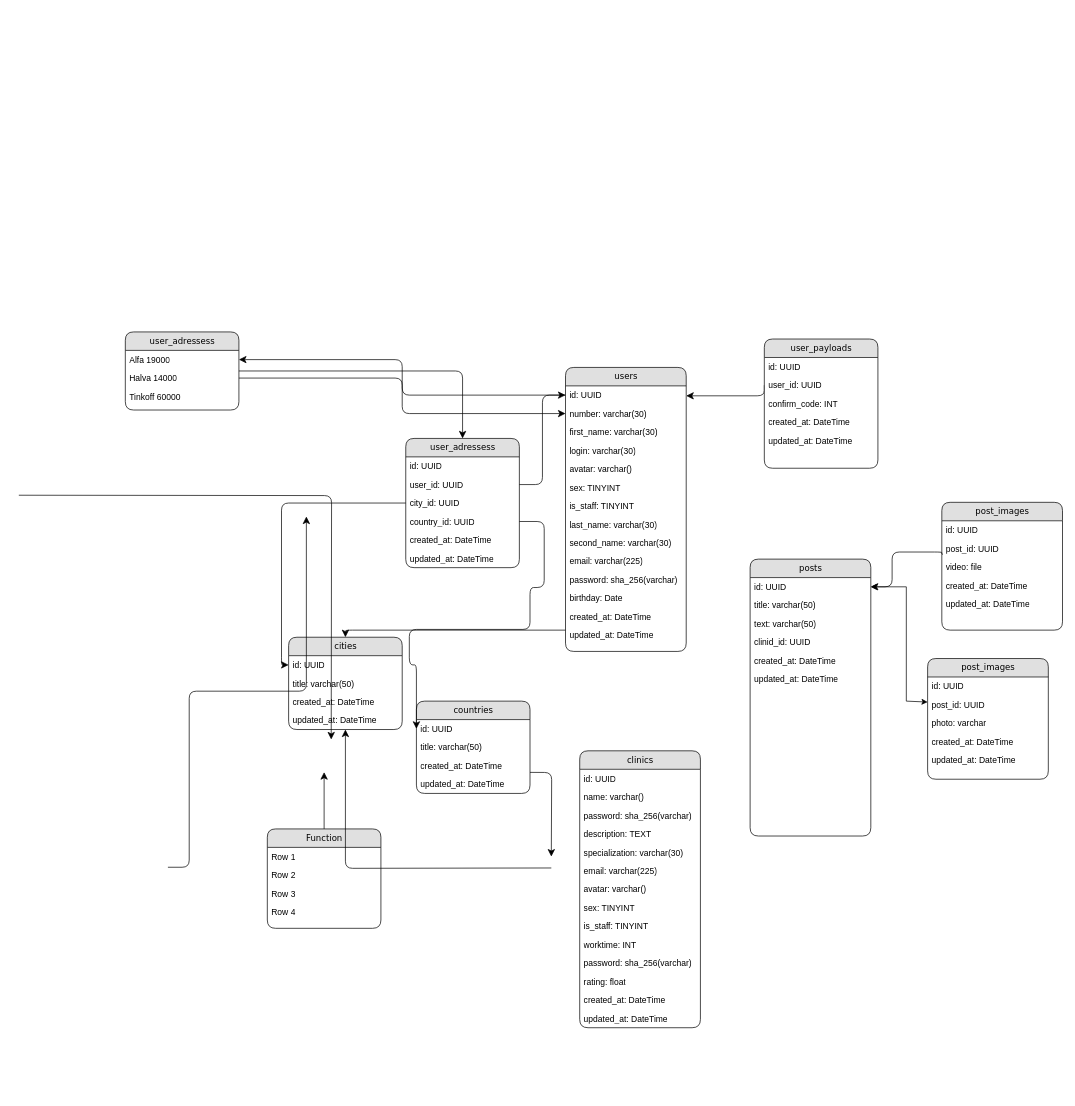
Above: Untitled Diagram.drawio in ternyavsky/fsd_medic (draw.io), before the change. Source tidied: cells renumbered, new cells numbered last; positions are measured from the earlier drawing's top-left corner, leaving out a move shared by most shapes. Both pictures are drawn from the tidied source at 71%, with x=0, y=0 at pixel (18, 332).
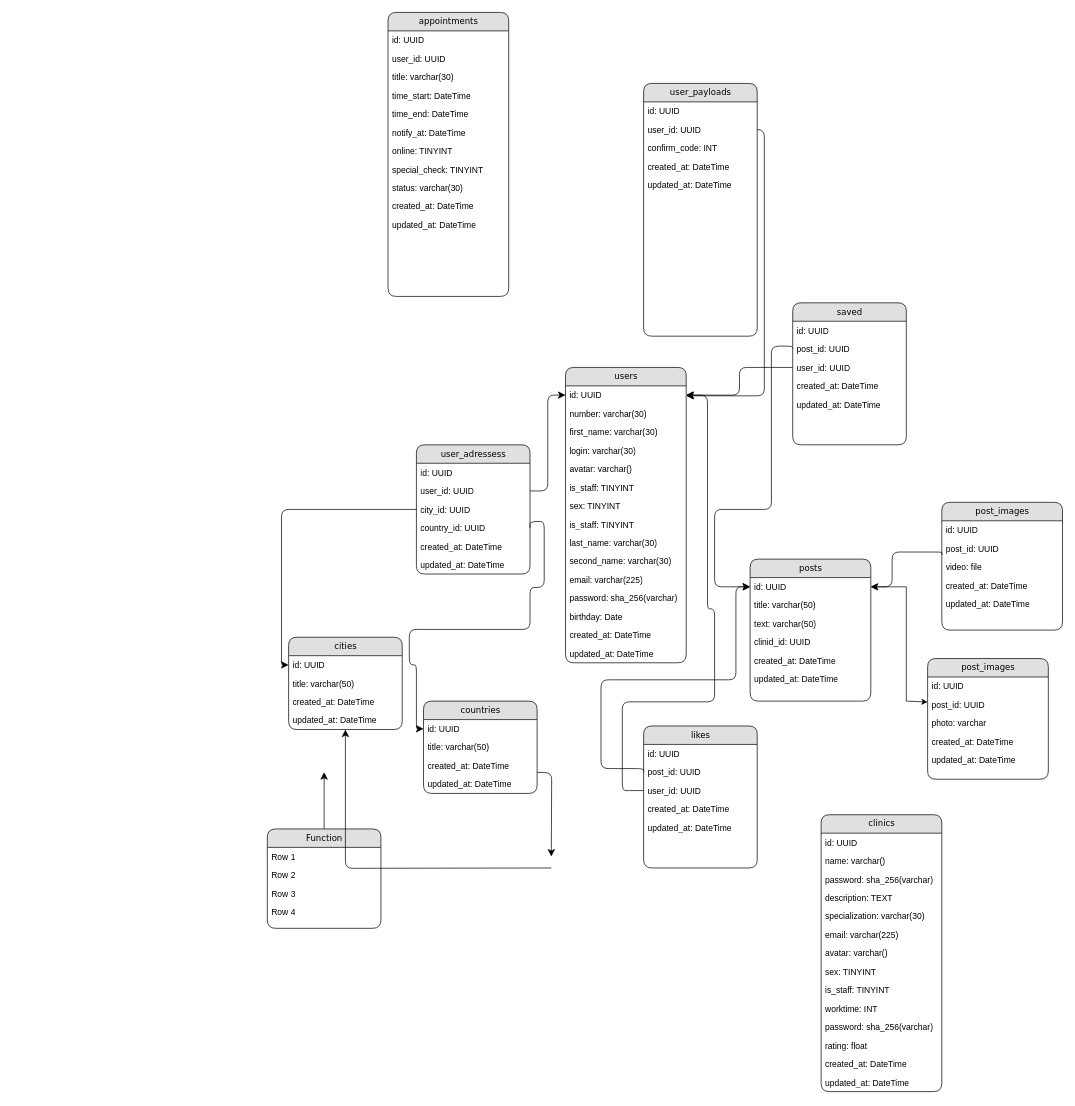
After the change.

The change refers to these unchanged cells:
```xml
<mxCell id="7" value="id: UUID" style="text;html=1;strokeColor=none;fillColor=none;spacingLeft=4;spacingRight=4;whiteSpace=wrap;overflow=hidden;points=[[0,0.5],[1,0.5]];portConstraint=eastwest;" parent="6" vertex="1">
  <mxGeometry y="26" width="170" height="26" as="geometry" />
</mxCell>
<mxCell id="8" value="number: varchar(30)" style="text;html=1;strokeColor=none;fillColor=none;spacingLeft=4;spacingRight=4;whiteSpace=wrap;overflow=hidden;points=[[0,0.5],[1,0.5]];portConstraint=eastwest;" parent="6" vertex="1">
  <mxGeometry y="52" width="170" height="26" as="geometry" />
</mxCell>
<mxCell id="25" value="country_id: UUID" style="text;html=1;strokeColor=none;fillColor=none;spacingLeft=4;spacingRight=4;whiteSpace=wrap;overflow=hidden;points=[[0,0.5],[1,0.5]];portConstraint=eastwest;" parent="21" vertex="1">
  <mxGeometry y="104" width="160" height="26" as="geometry" />
</mxCell>
<mxCell id="33" value="cities" style="swimlane;html=1;fontStyle=0;horizontal=1;startSize=26;fillColor=#e0e0e0;swimlaneFillColor=#ffffff;align=center;rounded=1;shadow=0;comic=0;labelBackgroundColor=none;strokeWidth=1;fontFamily=Verdana;fontSize=12;" parent="1" vertex="1">
  <mxGeometry x="380" y="430" width="160" height="130" as="geometry" />
</mxCell>
<mxCell id="51" value="id: UUID" style="text;html=1;strokeColor=none;fillColor=none;spacingLeft=4;spacingRight=4;whiteSpace=wrap;overflow=hidden;points=[[0,0.5],[1,0.5]];portConstraint=eastwest;" parent="50" vertex="1">
  <mxGeometry y="26" width="160" height="26" as="geometry" />
</mxCell>
<mxCell id="63" value="id: UUID" style="text;html=1;strokeColor=none;fillColor=none;spacingLeft=4;spacingRight=4;whiteSpace=wrap;overflow=hidden;points=[[0,0.5],[1,0.5]];portConstraint=eastwest;" parent="62" vertex="1">
  <mxGeometry y="26" width="170" height="26" as="geometry" />
</mxCell>
```

What changed in the source:
```diff
@@
-    <mxCell id="2" value="user_adressess" style="swimlane;html=1;fontStyle=0;horizontal=1;startSize=26;fillColor=#e0e0e0;swimlaneFillColor=#ffffff;align=center;rounded=1;shadow=0;comic=0;labelBackgroundColor=none;strokeWidth=1;fontFamily=Verdana;fontSize=12;" parent="1" vertex="1">
-      <mxGeometry x="150" width="160" height="110" as="geometry" />
-    </mxCell>
-    <mxCell id="3" value="Alfa 19000" style="text;html=1;strokeColor=none;fillColor=none;spacingLeft=4;spacingRight=4;whiteSpace=wrap;overflow=hidden;points=[[0,0.5],[1,0.5]];portConstraint=eastwest;" parent="2" vertex="1">
-      <mxGeometry y="26" width="160" height="26" as="geometry" />
-    </mxCell>
-    <mxCell id="4" value="Halva 14000" style="text;html=1;strokeColor=none;fillColor=none;spacingLeft=4;spacingRight=4;whiteSpace=wrap;overflow=hidden;points=[[0,0.5],[1,0.5]];portConstraint=eastwest;" parent="2" vertex="1">
-      <mxGeometry y="52" width="160" height="26" as="geometry" />
-    </mxCell>
-    <mxCell id="5" value="Tinkoff 60000&amp;nbsp;" style="text;html=1;strokeColor=none;fillColor=none;spacingLeft=4;spacingRight=4;whiteSpace=wrap;overflow=hidden;" parent="2" vertex="1">
-      <mxGeometry y="78" width="160" height="26" as="geometry" />
-    </mxCell>
     <mxCell id="6" value="users" style="swimlane;html=1;fontStyle=0;horizontal=1;startSize=26;fillColor=#e0e0e0;swimlaneFillColor=#ffffff;align=center;rounded=1;shadow=0;comic=0;labelBackgroundColor=none;strokeWidth=1;fontFamily=Verdana;fontSize=12;" parent="1" vertex="1">
-      <mxGeometry x="770" y="50" width="170" height="400" as="geometry" />
+      <mxGeometry x="770" y="50" width="170" height="416" as="geometry" />
     </mxCell>
@@
+    <mxCell id="98" value="is_staff: TINYINT" style="text;html=1;strokeColor=none;fillColor=none;spacingLeft=4;spacingRight=4;whiteSpace=wrap;overflow=hidden;" parent="6" vertex="1">
+      <mxGeometry y="156" width="170" height="26" as="geometry" />
+    </mxCell>
     <mxCell id="12" value="sex: TINYINT" style="text;html=1;strokeColor=none;fillColor=none;spacingLeft=4;spacingRight=4;whiteSpace=wrap;overflow=hidden;" parent="6" vertex="1">
-      <mxGeometry y="156" width="170" height="26" as="geometry" />
+      <mxGeometry y="182" width="170" height="26" as="geometry" />
     </mxCell>
     <mxCell id="13" value="is_staff: TINYINT" style="text;html=1;strokeColor=none;fillColor=none;spacingLeft=4;spacingRight=4;whiteSpace=wrap;overflow=hidden;" parent="6" vertex="1">
-      <mxGeometry y="182" width="170" height="26" as="geometry" />
+      <mxGeometry y="208" width="170" height="26" as="geometry" />
     </mxCell>
     <mxCell id="14" value="last_name: varchar(30)" style="text;html=1;strokeColor=none;fillColor=none;spacingLeft=4;spacingRight=4;whiteSpace=wrap;overflow=hidden;" parent="6" vertex="1">
-      <mxGeometry y="208" width="170" height="26" as="geometry" />
+      <mxGeometry y="234" width="170" height="26" as="geometry" />
     </mxCell>
     <mxCell id="15" value="second_name: varchar(30)" style="text;html=1;strokeColor=none;fillColor=none;spacingLeft=4;spacingRight=4;whiteSpace=wrap;overflow=hidden;" parent="6" vertex="1">
-      <mxGeometry y="234" width="170" height="26" as="geometry" />
+      <mxGeometry y="260" width="170" height="26" as="geometry" />
     </mxCell>
     <mxCell id="16" value="email: varchar(225)" style="text;html=1;strokeColor=none;fillColor=none;spacingLeft=4;spacingRight=4;whiteSpace=wrap;overflow=hidden;" parent="6" vertex="1">
-      <mxGeometry y="260" width="170" height="26" as="geometry" />
+      <mxGeometry y="286" width="170" height="26" as="geometry" />
     </mxCell>
     <mxCell id="17" value="password: sha_256(varchar)" style="text;html=1;strokeColor=none;fillColor=none;spacingLeft=4;spacingRight=4;whiteSpace=wrap;overflow=hidden;" parent="6" vertex="1">
-      <mxGeometry y="286" width="170" height="26" as="geometry" />
+      <mxGeometry y="312" width="170" height="26" as="geometry" />
     </mxCell>
     <mxCell id="18" value="birthday: Date" style="text;html=1;strokeColor=none;fillColor=none;spacingLeft=4;spacingRight=4;whiteSpace=wrap;overflow=hidden;" parent="6" vertex="1">
-      <mxGeometry y="312" width="170" height="26" as="geometry" />
+      <mxGeometry y="338" width="170" height="26" as="geometry" />
     </mxCell>
     <mxCell id="19" value="created_at: DateTime" style="text;html=1;strokeColor=none;fillColor=none;spacingLeft=4;spacingRight=4;whiteSpace=wrap;overflow=hidden;" parent="6" vertex="1">
-      <mxGeometry y="338" width="170" height="26" as="geometry" />
+      <mxGeometry y="364" width="170" height="26" as="geometry" />
     </mxCell>
     <mxCell id="20" value="updated_at: DateTime" style="text;html=1;strokeColor=none;fillColor=none;spacingLeft=4;spacingRight=4;whiteSpace=wrap;overflow=hidden;" parent="6" vertex="1">
-      <mxGeometry y="364" width="170" height="26" as="geometry" />
+      <mxGeometry y="390" width="170" height="26" as="geometry" />
     </mxCell>
     <mxCell id="21" value="user_adressess" style="swimlane;html=1;fontStyle=0;horizontal=1;startSize=26;fillColor=#e0e0e0;swimlaneFillColor=#ffffff;align=center;rounded=1;shadow=0;comic=0;labelBackgroundColor=none;strokeWidth=1;fontFamily=Verdana;fontSize=12;" parent="1" vertex="1">
-      <mxGeometry x="545" y="150" width="160" height="182" as="geometry" />
+      <mxGeometry x="560" y="159" width="160" height="182" as="geometry" />
     </mxCell>
@@
-    <mxCell id="39" style="edgeStyle=orthogonalEdgeStyle;html=1;labelBackgroundColor=none;startFill=0;startSize=8;endFill=1;endSize=8;fontFamily=Verdana;fontSize=12;exitX=1;exitY=0.25;entryX=1;entryY=0.5;" parent="1" edge="1">
-      <mxGeometry relative="1" as="geometry">
-        <mxPoint x="210" y="754" as="sourcePoint" />
-        <mxPoint x="405" y="260" as="targetPoint" />
-        <Array as="points">
-          <mxPoint x="240" y="754" />
-          <mxPoint x="240" y="506" />
-        </Array>
-      </mxGeometry>
-    </mxCell>
@@
-    <mxCell id="42" style="edgeStyle=orthogonalEdgeStyle;html=1;labelBackgroundColor=none;startFill=0;startSize=8;endFill=1;endSize=8;fontFamily=Verdana;fontSize=12;" parent="1" edge="1" source="2" target="21">
-      <mxGeometry relative="1" as="geometry" />
-    </mxCell>
@@
-    <mxCell id="44" style="edgeStyle=orthogonalEdgeStyle;html=1;labelBackgroundColor=none;startFill=0;startSize=8;endFill=1;endSize=8;fontFamily=Verdana;fontSize=12;" parent="1" edge="1" source="6" target="33">
-      <mxGeometry relative="1" as="geometry">
-        <Array as="points">
-          <mxPoint x="855" y="420" />
-          <mxPoint x="860" y="420" />
-        </Array>
-      </mxGeometry>
-    </mxCell>
-    <mxCell id="45" style="edgeStyle=orthogonalEdgeStyle;html=1;entryX=0;entryY=0.5;labelBackgroundColor=none;startFill=0;startSize=8;endFill=1;endSize=8;fontFamily=Verdana;fontSize=12;exitX=1;exitY=0.5;" parent="1" edge="1" source="4" target="8">
-      <mxGeometry relative="1" as="geometry" />
-    </mxCell>
-    <mxCell id="46" style="edgeStyle=orthogonalEdgeStyle;html=1;exitX=0;exitY=0.5;entryX=1;entryY=0.5;labelBackgroundColor=none;startFill=0;startSize=8;endFill=1;endSize=8;fontFamily=Verdana;fontSize=12;" parent="1" edge="1" source="7" target="3">
-      <mxGeometry relative="1" as="geometry" />
-    </mxCell>
-    <mxCell id="47" style="edgeStyle=orthogonalEdgeStyle;html=1;exitX=1;exitY=0.5;entryX=0;entryY=0.5;labelBackgroundColor=none;startFill=0;startSize=8;endFill=1;endSize=8;fontFamily=Verdana;fontSize=12;" parent="1" edge="1">
-      <mxGeometry relative="1" as="geometry">
-        <mxPoint y="230" as="sourcePoint" />
-        <mxPoint x="440" y="574" as="targetPoint" />
-      </mxGeometry>
-    </mxCell>
@@
     <mxCell id="50" value="countries" style="swimlane;html=1;fontStyle=0;horizontal=1;startSize=26;fillColor=#e0e0e0;swimlaneFillColor=#ffffff;align=center;rounded=1;shadow=0;comic=0;labelBackgroundColor=none;strokeWidth=1;fontFamily=Verdana;fontSize=12;" parent="1" vertex="1">
-      <mxGeometry x="560" y="520" width="160" height="130" as="geometry" />
+      <mxGeometry x="570" y="520" width="160" height="130" as="geometry" />
     </mxCell>
@@
     <mxCell id="55" style="edgeStyle=orthogonalEdgeStyle;html=1;labelBackgroundColor=none;startFill=0;startSize=8;endFill=1;endSize=8;fontFamily=Verdana;fontSize=12;exitX=1;exitY=0.5;exitDx=0;exitDy=0;entryX=0;entryY=0.5;entryDx=0;entryDy=0;" parent="1" edge="1" source="25" target="51">
       <mxGeometry relative="1" as="geometry">
         <Array as="points">
+          <mxPoint x="720" y="267" />
           <mxPoint x="740" y="267" />
           <mxPoint x="740" y="360" />
           <mxPoint x="720" y="360" />
           <mxPoint x="720" y="419" />
           <mxPoint x="550" y="419" />
           <mxPoint x="550" y="469" />
+          <mxPoint x="560" y="469" />
+          <mxPoint x="560" y="559" />
         </Array>
       </mxGeometry>
     </mxCell>
     <mxCell id="56" value="user_payloads" style="swimlane;html=1;fontStyle=0;horizontal=1;startSize=26;fillColor=#e0e0e0;swimlaneFillColor=#ffffff;align=center;rounded=1;shadow=0;comic=0;labelBackgroundColor=none;strokeWidth=1;fontFamily=Verdana;fontSize=12;" parent="1" vertex="1">
-      <mxGeometry x="1050" y="10" width="160" height="182" as="geometry" />
+      <mxGeometry x="880" y="-350" width="160" height="356" as="geometry" />
     </mxCell>
@@
     <mxCell id="62" value="posts" style="swimlane;html=1;fontStyle=0;horizontal=1;startSize=26;fillColor=#e0e0e0;swimlaneFillColor=#ffffff;align=center;rounded=1;shadow=0;comic=0;labelBackgroundColor=none;strokeWidth=1;fontFamily=Verdana;fontSize=12;" parent="1" vertex="1">
-      <mxGeometry x="1030" y="320" width="170" height="390" as="geometry" />
+      <mxGeometry x="1030" y="320" width="170" height="200" as="geometry" />
     </mxCell>
@@
     <mxCell id="69" value="clinics" style="swimlane;html=1;fontStyle=0;horizontal=1;startSize=26;fillColor=#e0e0e0;swimlaneFillColor=#ffffff;align=center;rounded=1;shadow=0;comic=0;labelBackgroundColor=none;strokeWidth=1;fontFamily=Verdana;fontSize=12;" parent="1" vertex="1">
-      <mxGeometry x="790" y="590" width="170" height="390" as="geometry" />
+      <mxGeometry x="1130" y="680" width="170" height="390" as="geometry" />
     </mxCell>
@@
+    <mxCell id="99" style="edgeStyle=orthogonalEdgeStyle;html=1;labelBackgroundColor=none;startFill=0;startSize=8;endFill=1;endSize=8;fontFamily=Verdana;fontSize=12;entryX=0;entryY=0.5;entryDx=0;entryDy=0;exitX=0;exitY=0.5;exitDx=0;exitDy=0;" parent="1" edge="1" source="102" target="63">
+      <mxGeometry x="-0.13" y="32" relative="1" as="geometry">
+        <Array as="points">
+          <mxPoint x="1090" y="20" />
+          <mxPoint x="1060" y="20" />
+          <mxPoint x="1060" y="250" />
+          <mxPoint x="980" y="250" />
+          <mxPoint x="980" y="359" />
+        </Array>
+      </mxGeometry>
+    </mxCell>
+    <mxCell id="100" value="saved" style="swimlane;html=1;fontStyle=0;horizontal=1;startSize=26;fillColor=#e0e0e0;swimlaneFillColor=#ffffff;align=center;rounded=1;shadow=0;comic=0;labelBackgroundColor=none;strokeWidth=1;fontFamily=Verdana;fontSize=12;" parent="1" vertex="1">
+      <mxGeometry x="1090" y="-41" width="160" height="200" as="geometry" />
+    </mxCell>
+    <mxCell id="101" value="id: UUID" style="text;html=1;strokeColor=none;fillColor=none;spacingLeft=4;spacingRight=4;whiteSpace=wrap;overflow=hidden;" parent="100" vertex="1">
+      <mxGeometry y="26" width="160" height="26" as="geometry" />
+    </mxCell>
+    <mxCell id="102" value="post_id: UUID" style="text;html=1;strokeColor=none;fillColor=none;spacingLeft=4;spacingRight=4;whiteSpace=wrap;overflow=hidden;points=[[0,0.5],[1,0.5]];portConstraint=eastwest;" parent="100" vertex="1">
+      <mxGeometry y="52" width="160" height="26" as="geometry" />
+    </mxCell>
+    <mxCell id="103" value="user_id: UUID" style="text;html=1;strokeColor=none;fillColor=none;spacingLeft=4;spacingRight=4;whiteSpace=wrap;overflow=hidden;points=[[0,0.5],[1,0.5]];portConstraint=eastwest;" parent="100" vertex="1">
+      <mxGeometry y="78" width="160" height="26" as="geometry" />
+    </mxCell>
+    <mxCell id="104" value="created_at: DateTime" style="text;html=1;strokeColor=none;fillColor=none;spacingLeft=4;spacingRight=4;whiteSpace=wrap;overflow=hidden;" parent="100" vertex="1">
+      <mxGeometry y="104" width="160" height="26" as="geometry" />
+    </mxCell>
+    <mxCell id="105" value="updated_at: DateTime" style="text;html=1;strokeColor=none;fillColor=none;spacingLeft=4;spacingRight=4;whiteSpace=wrap;overflow=hidden;" parent="100" vertex="1">
+      <mxGeometry y="130" width="160" height="26" as="geometry" />
+    </mxCell>
+    <mxCell id="106" style="edgeStyle=orthogonalEdgeStyle;html=1;labelBackgroundColor=none;startFill=0;startSize=8;endFill=1;endSize=8;fontFamily=Verdana;fontSize=12;exitX=0;exitY=0.5;exitDx=0;exitDy=0;entryX=1;entryY=0.5;entryDx=0;entryDy=0;" parent="1" edge="1" source="103" target="7">
+      <mxGeometry relative="1" as="geometry" />
+    </mxCell>
+    <mxCell id="107" value="likes" style="swimlane;html=1;fontStyle=0;horizontal=1;startSize=26;fillColor=#e0e0e0;swimlaneFillColor=#ffffff;align=center;rounded=1;shadow=0;comic=0;labelBackgroundColor=none;strokeWidth=1;fontFamily=Verdana;fontSize=12;" parent="1" vertex="1">
+      <mxGeometry x="880" y="555" width="160" height="200" as="geometry" />
+    </mxCell>
+    <mxCell id="108" value="id: UUID" style="text;html=1;strokeColor=none;fillColor=none;spacingLeft=4;spacingRight=4;whiteSpace=wrap;overflow=hidden;" parent="107" vertex="1">
+      <mxGeometry y="26" width="160" height="26" as="geometry" />
+    </mxCell>
+    <mxCell id="109" value="post_id: UUID" style="text;html=1;strokeColor=none;fillColor=none;spacingLeft=4;spacingRight=4;whiteSpace=wrap;overflow=hidden;points=[[0,0.5],[1,0.5]];portConstraint=eastwest;" parent="107" vertex="1">
+      <mxGeometry y="52" width="160" height="26" as="geometry" />
+    </mxCell>
+    <mxCell id="110" value="user_id: UUID" style="text;html=1;strokeColor=none;fillColor=none;spacingLeft=4;spacingRight=4;whiteSpace=wrap;overflow=hidden;points=[[0,0.5],[1,0.5]];portConstraint=eastwest;" parent="107" vertex="1">
+      <mxGeometry y="78" width="160" height="26" as="geometry" />
+    </mxCell>
+    <mxCell id="111" value="created_at: DateTime" style="text;html=1;strokeColor=none;fillColor=none;spacingLeft=4;spacingRight=4;whiteSpace=wrap;overflow=hidden;" parent="107" vertex="1">
+      <mxGeometry y="104" width="160" height="26" as="geometry" />
+    </mxCell>
+    <mxCell id="112" value="updated_at: DateTime" style="text;html=1;strokeColor=none;fillColor=none;spacingLeft=4;spacingRight=4;whiteSpace=wrap;overflow=hidden;" parent="107" vertex="1">
+      <mxGeometry y="130" width="160" height="26" as="geometry" />
+    </mxCell>
+    <mxCell id="113" style="edgeStyle=orthogonalEdgeStyle;html=1;labelBackgroundColor=none;startFill=0;startSize=8;endFill=1;endSize=8;fontFamily=Verdana;fontSize=12;entryX=0;entryY=0.5;entryDx=0;entryDy=0;exitX=0;exitY=0.5;exitDx=0;exitDy=0;" parent="1" edge="1" source="109" target="63">
+      <mxGeometry x="-0.13" y="32" relative="1" as="geometry">
+        <Array as="points">
+          <mxPoint x="820" y="615" />
+          <mxPoint x="820" y="490" />
+          <mxPoint x="1010" y="490" />
+          <mxPoint x="1010" y="359" />
+        </Array>
+      </mxGeometry>
+    </mxCell>
+    <mxCell id="114" style="edgeStyle=orthogonalEdgeStyle;html=1;labelBackgroundColor=none;startFill=0;startSize=8;endFill=1;endSize=8;fontFamily=Verdana;fontSize=12;entryX=1;entryY=0.5;entryDx=0;entryDy=0;exitX=0;exitY=0.5;exitDx=0;exitDy=0;" parent="1" edge="1" source="110" target="7">
+      <mxGeometry x="-0.13" y="32" relative="1" as="geometry">
+        <Array as="points">
+          <mxPoint x="870" y="646" />
+          <mxPoint x="850" y="646" />
+          <mxPoint x="850" y="521" />
+          <mxPoint x="980" y="521" />
+          <mxPoint x="980" y="390" />
+          <mxPoint x="970" y="390" />
+          <mxPoint x="970" y="89" />
+        </Array>
+      </mxGeometry>
+    </mxCell>
+    <mxCell id="115" value="appointments" style="swimlane;html=1;fontStyle=0;horizontal=1;startSize=26;fillColor=#e0e0e0;swimlaneFillColor=#ffffff;align=center;rounded=1;shadow=0;comic=0;labelBackgroundColor=none;strokeWidth=1;fontFamily=Verdana;fontSize=12;" parent="1" vertex="1">
+      <mxGeometry x="520" y="-450" width="170" height="400" as="geometry" />
+    </mxCell>
+    <mxCell id="116" value="id: UUID" style="text;html=1;strokeColor=none;fillColor=none;spacingLeft=4;spacingRight=4;whiteSpace=wrap;overflow=hidden;" parent="115" vertex="1">
+      <mxGeometry y="26" width="170" height="26" as="geometry" />
+    </mxCell>
+    <mxCell id="117" value="user_id: UUID" style="text;html=1;strokeColor=none;fillColor=none;spacingLeft=4;spacingRight=4;whiteSpace=wrap;overflow=hidden;" parent="115" vertex="1">
+      <mxGeometry y="52" width="170" height="26" as="geometry" />
+    </mxCell>
+    <mxCell id="118" value="title: varchar(30)" style="text;html=1;strokeColor=none;fillColor=none;spacingLeft=4;spacingRight=4;whiteSpace=wrap;overflow=hidden;" parent="115" vertex="1">
+      <mxGeometry y="78" width="170" height="26" as="geometry" />
+    </mxCell>
+    <mxCell id="119" value="time_start: DateTime" style="text;html=1;strokeColor=none;fillColor=none;spacingLeft=4;spacingRight=4;whiteSpace=wrap;overflow=hidden;" parent="115" vertex="1">
+      <mxGeometry y="104" width="170" height="26" as="geometry" />
+    </mxCell>
+    <mxCell id="120" value="time_end: DateTime" style="text;html=1;strokeColor=none;fillColor=none;spacingLeft=4;spacingRight=4;whiteSpace=wrap;overflow=hidden;" parent="115" vertex="1">
+      <mxGeometry y="130" width="170" height="26" as="geometry" />
+    </mxCell>
+    <mxCell id="121" value="notify_at: DateTime" style="text;html=1;strokeColor=none;fillColor=none;spacingLeft=4;spacingRight=4;whiteSpace=wrap;overflow=hidden;" parent="115" vertex="1">
+      <mxGeometry y="156" width="170" height="26" as="geometry" />
+    </mxCell>
+    <mxCell id="122" value="online: TINYINT" style="text;html=1;strokeColor=none;fillColor=none;spacingLeft=4;spacingRight=4;whiteSpace=wrap;overflow=hidden;" parent="115" vertex="1">
+      <mxGeometry y="182" width="170" height="26" as="geometry" />
+    </mxCell>
+    <mxCell id="123" value="special_check: TINYINT" style="text;html=1;strokeColor=none;fillColor=none;spacingLeft=4;spacingRight=4;whiteSpace=wrap;overflow=hidden;" parent="115" vertex="1">
+      <mxGeometry y="208" width="170" height="26" as="geometry" />
+    </mxCell>
+    <mxCell id="124" value="status: varchar(30)" style="text;html=1;strokeColor=none;fillColor=none;spacingLeft=4;spacingRight=4;whiteSpace=wrap;overflow=hidden;" parent="115" vertex="1">
+      <mxGeometry y="234" width="170" height="26" as="geometry" />
+    </mxCell>
+    <mxCell id="125" value="created_at: DateTime" style="text;html=1;strokeColor=none;fillColor=none;spacingLeft=4;spacingRight=4;whiteSpace=wrap;overflow=hidden;" parent="115" vertex="1">
+      <mxGeometry y="260" width="170" height="26" as="geometry" />
+    </mxCell>
+    <mxCell id="126" value="updated_at: DateTime" style="text;html=1;strokeColor=none;fillColor=none;spacingLeft=4;spacingRight=4;whiteSpace=wrap;overflow=hidden;" parent="115" vertex="1">
+      <mxGeometry y="286" width="170" height="26" as="geometry" />
+    </mxCell>
```
